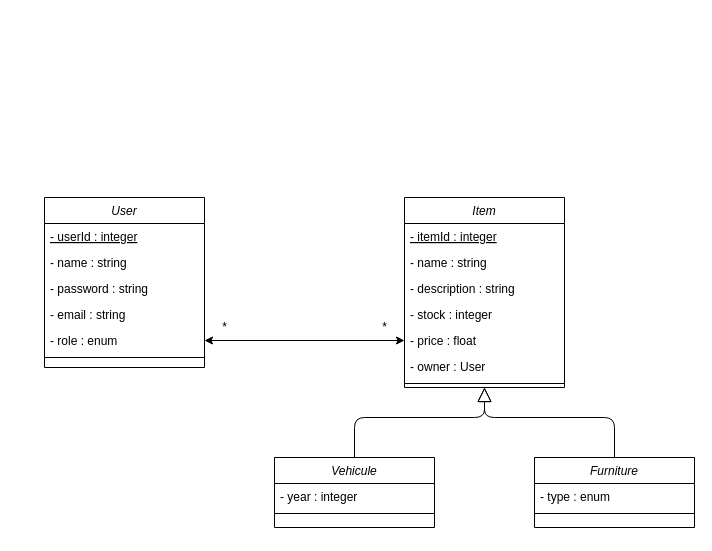
The draw.io diagram Untitled Diagram.drawio in sjacquesinterop/salespoint, before the edit. Source tidied: cells renumbered, new cells numbered last; positions are measured from the earlier drawing's top-left corner, leaving out a move shared by most shapes. Both pictures are drawn from the tidied source at 100%, with x=0, y=0 at pixel (44, 197).
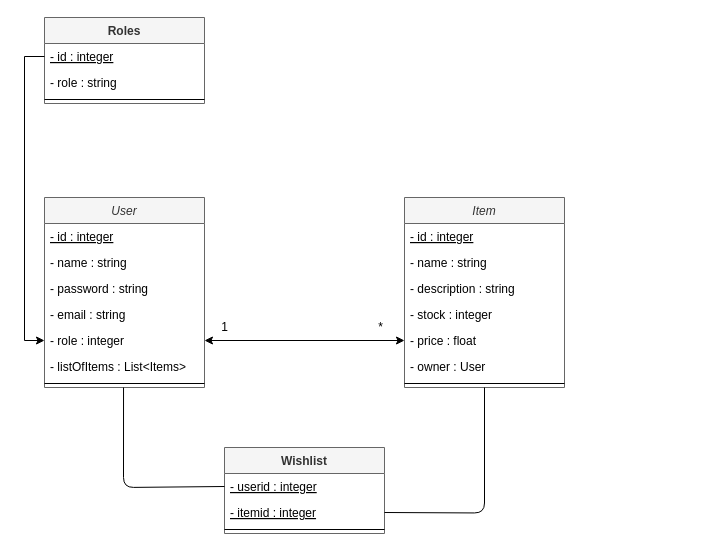
The same diagram, later.

Diff of the diagram source:
```diff
@@
-    <mxCell id="2" value="User" style="swimlane;fontStyle=2;align=center;verticalAlign=top;horizontal=1;startSize=26;rounded=0;shadow=0;strokeWidth=1;" parent="1" vertex="1">
-      <mxGeometry width="160" height="170" as="geometry" />
+    <mxCell id="2" value="User" style="swimlane;fontStyle=2;align=center;verticalAlign=top;horizontal=1;startSize=26;rounded=0;shadow=0;strokeWidth=1;fillColor=#f5f5f5;strokeColor=#666666;fontColor=#333333;" parent="1" vertex="1">
+      <mxGeometry width="160" height="190" as="geometry" />
     </mxCell>
-    <mxCell id="3" value="- userId : integer" style="text;align=left;verticalAlign=top;spacingLeft=4;spacingRight=4;overflow=hidden;fontStyle=4;" parent="2" vertex="1">
+    <mxCell id="3" value="- id : integer" style="text;align=left;verticalAlign=top;spacingLeft=4;spacingRight=4;overflow=hidden;fontStyle=4;" parent="2" vertex="1">
       <mxGeometry y="26" width="160" height="26" as="geometry" />
     </mxCell>
@@
-    <mxCell id="7" value="- role : enum" style="text;align=left;verticalAlign=top;spacingLeft=4;spacingRight=4;overflow=hidden;points=[[0,0.5],[1,0.5]];portConstraint=eastwest;rounded=0;shadow=0;html=0;" parent="2" vertex="1">
+    <mxCell id="7" value="- role : integer" style="text;align=left;verticalAlign=top;spacingLeft=4;spacingRight=4;overflow=hidden;points=[[0,0.5],[1,0.5]];portConstraint=eastwest;rounded=0;shadow=0;html=0;" parent="2" vertex="1">
       <mxGeometry y="130" width="160" height="26" as="geometry" />
     </mxCell>
+    <mxCell id="28" value="- listOfItems : List&lt;Items&gt;" style="text;align=left;verticalAlign=top;spacingLeft=4;spacingRight=4;overflow=hidden;rounded=0;shadow=0;html=0;" parent="2" vertex="1">
+      <mxGeometry y="156" width="160" height="26" as="geometry" />
+    </mxCell>
     <mxCell id="8" style="line;html=1;strokeWidth=1;align=left;verticalAlign=middle;spacingTop=-1;spacingLeft=3;spacingRight=3;labelPosition=right;points=[];portConstraint=eastwest;" parent="2" vertex="1">
-      <mxGeometry y="156" width="160" height="8" as="geometry" />
+      <mxGeometry y="182" width="160" height="8" as="geometry" />
     </mxCell>
-    <mxCell id="9" value="Item" style="swimlane;fontStyle=2;align=center;verticalAlign=top;horizontal=1;startSize=26;rounded=0;shadow=0;strokeWidth=1;" parent="1" vertex="1">
+    <mxCell id="9" value="Item" style="swimlane;fontStyle=2;align=center;verticalAlign=top;horizontal=1;startSize=26;rounded=0;shadow=0;strokeWidth=1;fillColor=#f5f5f5;strokeColor=#666666;fontColor=#333333;" parent="1" vertex="1">
       <mxGeometry x="360" width="160" height="190" as="geometry" />
     </mxCell>
-    <mxCell id="10" value="- itemId : integer" style="text;align=left;verticalAlign=top;spacingLeft=4;spacingRight=4;overflow=hidden;fontStyle=4;" parent="9" vertex="1">
+    <mxCell id="10" value="- id : integer" style="text;align=left;verticalAlign=top;spacingLeft=4;spacingRight=4;overflow=hidden;fontStyle=4;" parent="9" vertex="1">
       <mxGeometry y="26" width="160" height="26" as="geometry" />
     </mxCell>
@@
-    <mxCell id="18" value="*" style="text;html=1;align=center;verticalAlign=middle;" parent="1" vertex="1">
+    <mxCell id="18" value="1" style="text;html=1;align=center;verticalAlign=middle;" parent="1" vertex="1">
       <mxGeometry x="170" y="120" width="20" height="20" as="geometry" />
     </mxCell>
+    <mxCell id="29" value="Wishlist" style="swimlane;fontStyle=1;align=center;verticalAlign=top;horizontal=1;startSize=26;fillColor=#f5f5f5;strokeColor=#666666;fontColor=#333333;" parent="1" vertex="1">
+      <mxGeometry x="180" y="250" width="160" height="86" as="geometry" />
+    </mxCell>
+    <mxCell id="30" value="- userid : integer&#10;" style="text;strokeColor=none;fillColor=none;align=left;verticalAlign=top;spacingLeft=4;spacingRight=4;overflow=hidden;points=[[0,0.5],[1,0.5]];portConstraint=eastwest;fontStyle=4;" parent="29" vertex="1">
+      <mxGeometry y="26" width="160" height="26" as="geometry" />
+    </mxCell>
+    <mxCell id="31" value="- itemid : integer" style="text;strokeColor=none;fillColor=none;align=left;verticalAlign=top;spacingLeft=4;spacingRight=4;overflow=hidden;fontStyle=4;" parent="29" vertex="1">
+      <mxGeometry y="52" width="160" height="26" as="geometry" />
+    </mxCell>
+    <mxCell id="32" style="line;strokeWidth=1;fillColor=none;align=left;verticalAlign=middle;spacingTop=-1;spacingLeft=3;spacingRight=3;labelPosition=right;" parent="29" vertex="1">
+      <mxGeometry y="78" width="160" height="8" as="geometry" />
+    </mxCell>
+    <mxCell id="33" value="Roles" style="swimlane;fontStyle=1;align=center;verticalAlign=top;horizontal=1;startSize=26;fillColor=#f5f5f5;strokeColor=#666666;fontColor=#333333;" parent="1" vertex="1">
+      <mxGeometry y="-180" width="160" height="86" as="geometry" />
+    </mxCell>
+    <mxCell id="34" value="- id : integer" style="text;strokeColor=none;fillColor=none;align=left;verticalAlign=top;spacingLeft=4;spacingRight=4;overflow=hidden;points=[[0,0.5],[1,0.5]];portConstraint=eastwest;fontStyle=4;" parent="33" vertex="1">
+      <mxGeometry y="26" width="160" height="26" as="geometry" />
+    </mxCell>
+    <mxCell id="35" value="- role : string" style="text;strokeColor=none;fillColor=none;align=left;verticalAlign=top;spacingLeft=4;spacingRight=4;overflow=hidden;" parent="33" vertex="1">
+      <mxGeometry y="52" width="160" height="26" as="geometry" />
+    </mxCell>
+    <mxCell id="36" style="line;strokeWidth=1;fillColor=none;align=left;verticalAlign=middle;spacingTop=-1;spacingLeft=3;spacingRight=3;labelPosition=right;" parent="33" vertex="1">
+      <mxGeometry y="78" width="160" height="8" as="geometry" />
+    </mxCell>
+    <mxCell id="37" style="edgeStyle=orthogonalEdgeStyle;rounded=0;jettySize=auto;html=1;entryX=0;entryY=0.5;entryDx=0;entryDy=0;" parent="1" edge="1" source="34" target="7">
+      <mxGeometry relative="1" as="geometry" />
+    </mxCell>
-    <mxCell id="19" value="*" style="text;html=1;align=center;verticalAlign=middle;" parent="1" vertex="1">
-      <mxGeometry x="330" y="120" width="20" height="20" as="geometry" />
+    <mxCell id="19" value="*" style="text;html=1;align=center;verticalAlign=middle;strokeColor=none;" parent="1" vertex="1">
+      <mxGeometry x="326" y="120" width="20" height="20" as="geometry" />
     </mxCell>
-    <mxCell id="20" value="Vehicule" style="swimlane;fontStyle=2;align=center;verticalAlign=top;horizontal=1;startSize=26;rounded=0;shadow=0;strokeWidth=1;" parent="1" vertex="1">
-      <mxGeometry x="230" y="260" width="160" height="70" as="geometry" />
-    </mxCell>
-    <mxCell id="21" value="- year : integer" style="text;align=left;verticalAlign=top;spacingLeft=4;spacingRight=4;overflow=hidden;rounded=0;shadow=0;html=0;" parent="20" vertex="1">
-      <mxGeometry y="26" width="160" height="26" as="geometry" />
-    </mxCell>
-    <mxCell id="22" style="line;html=1;strokeWidth=1;align=left;verticalAlign=middle;spacingTop=-1;spacingLeft=3;spacingRight=3;labelPosition=right;" parent="20" vertex="1">
-      <mxGeometry y="52" width="160" height="8" as="geometry" />
-    </mxCell>
-    <mxCell id="23" value="Furniture" style="swimlane;fontStyle=2;align=center;verticalAlign=top;horizontal=1;startSize=26;rounded=0;shadow=0;strokeWidth=1;" parent="1" vertex="1">
-      <mxGeometry x="490" y="260" width="160" height="70" as="geometry" />
-    </mxCell>
-    <mxCell id="24" value="- type : enum" style="text;align=left;verticalAlign=top;spacingLeft=4;spacingRight=4;overflow=hidden;rounded=0;shadow=0;html=0;" parent="23" vertex="1">
-      <mxGeometry y="26" width="160" height="26" as="geometry" />
-    </mxCell>
-    <mxCell id="25" style="line;html=1;strokeWidth=1;align=left;verticalAlign=middle;spacingTop=-1;spacingLeft=3;spacingRight=3;labelPosition=right;" parent="23" vertex="1">
-      <mxGeometry y="52" width="160" height="8" as="geometry" />
-    </mxCell>
-    <mxCell id="26" style="endArrow=block;endFill=0;endSize=12;html=1;entryX=0.5;entryY=1;entryDx=0;entryDy=0;exitX=0.5;exitY=0;exitDx=0;exitDy=0;" parent="1" edge="1" source="20" target="9">
-      <mxGeometry relative="1" as="geometry">
-        <Array as="points">
-          <mxPoint x="310" y="220" />
-          <mxPoint x="440" y="220" />
-        </Array>
-      </mxGeometry>
-    </mxCell>
-    <mxCell id="27" style="endArrow=block;endFill=0;endSize=12;html=1;exitX=0.5;exitY=0;exitDx=0;exitDy=0;" parent="1" edge="1" source="23">
-      <mxGeometry relative="1" as="geometry">
-        <mxPoint x="440" y="190" as="targetPoint" />
-        <Array as="points">
-          <mxPoint x="570" y="220" />
-          <mxPoint x="440" y="220" />
-        </Array>
-      </mxGeometry>
-    </mxCell>
+    <mxCell id="38" style="endArrow=none;html=1;edgeStyle=orthogonalEdgeStyle;exitX=0.494;exitY=1;exitDx=0;exitDy=0;exitPerimeter=0;entryX=0;entryY=0.5;entryDx=0;entryDy=0;" parent="1" edge="1" source="8" target="30">
+      <mxGeometry relative="1" as="geometry">
+        <Array as="points">
+          <mxPoint x="79" y="290" />
+        </Array>
+      </mxGeometry>
+    </mxCell>
+    <mxCell id="39" style="endArrow=none;html=1;edgeStyle=orthogonalEdgeStyle;entryX=0.5;entryY=1;entryDx=0;entryDy=0;" parent="1" edge="1" target="9">
+      <mxGeometry relative="1" as="geometry">
+        <mxPoint x="340" y="315" as="sourcePoint" />
+      </mxGeometry>
+    </mxCell>
```
